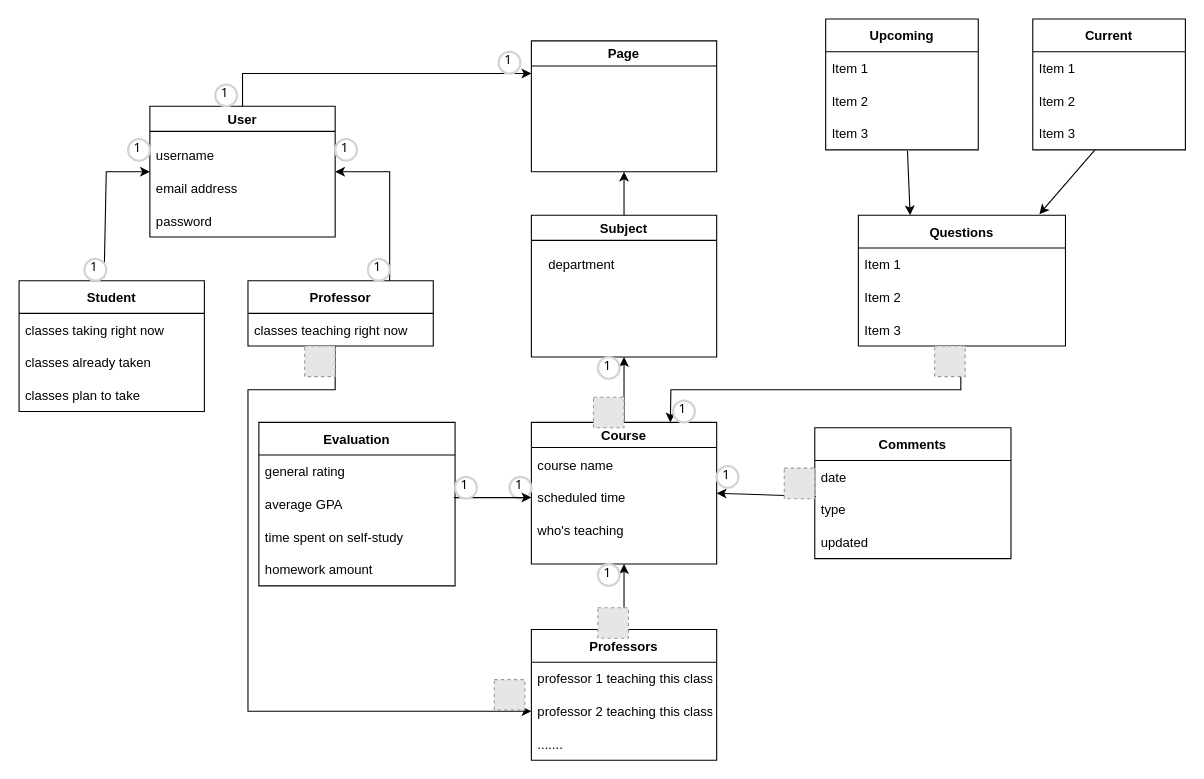
This is Domain Model.drawio from I-Dont-Want-An-F/Project, a draw.io file, before an edit. Source tidied: cells renumbered, new cells numbered last; positions are measured from the earlier drawing's top-left corner, leaving out a move shared by most shapes. Both pictures are drawn from the tidied source at 109%, with x=0, y=0 at pixel (19, 19). Pictures stored in the file or linked from it are replaced by grey dashed boxes.
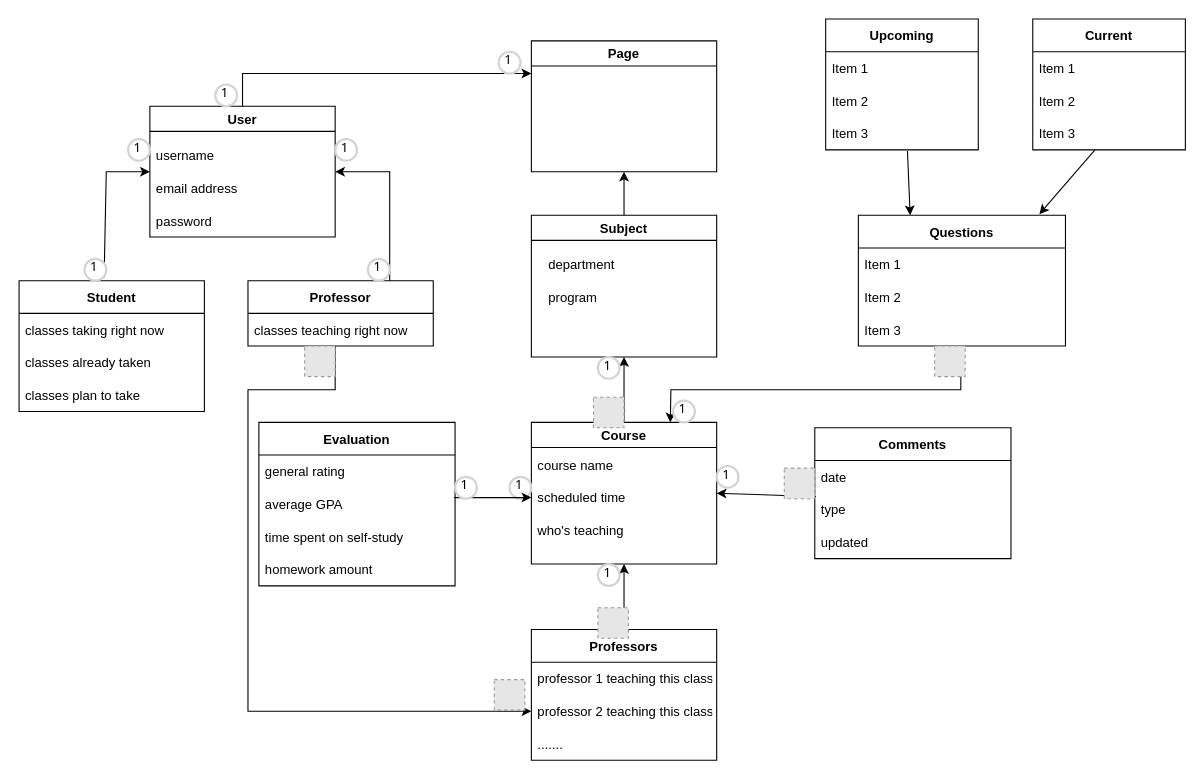
The same diagram, later.

The change refers to these unchanged cells:
```xml
<mxCell id="17" value="Subject" style="swimlane;startSize=23;" parent="1" vertex="1">
  <mxGeometry x="470" y="180" width="170" height="130" as="geometry" />
</mxCell>
```

Diff of the diagram source:
```diff
@@
+    <mxCell id="74" value="program" style="text;strokeColor=none;fillColor=none;align=left;verticalAlign=middle;spacingLeft=4;spacingRight=4;overflow=hidden;" parent="17" vertex="1">
+      <mxGeometry x="10" y="60" width="80" height="30" as="geometry" />
+    </mxCell>
```
